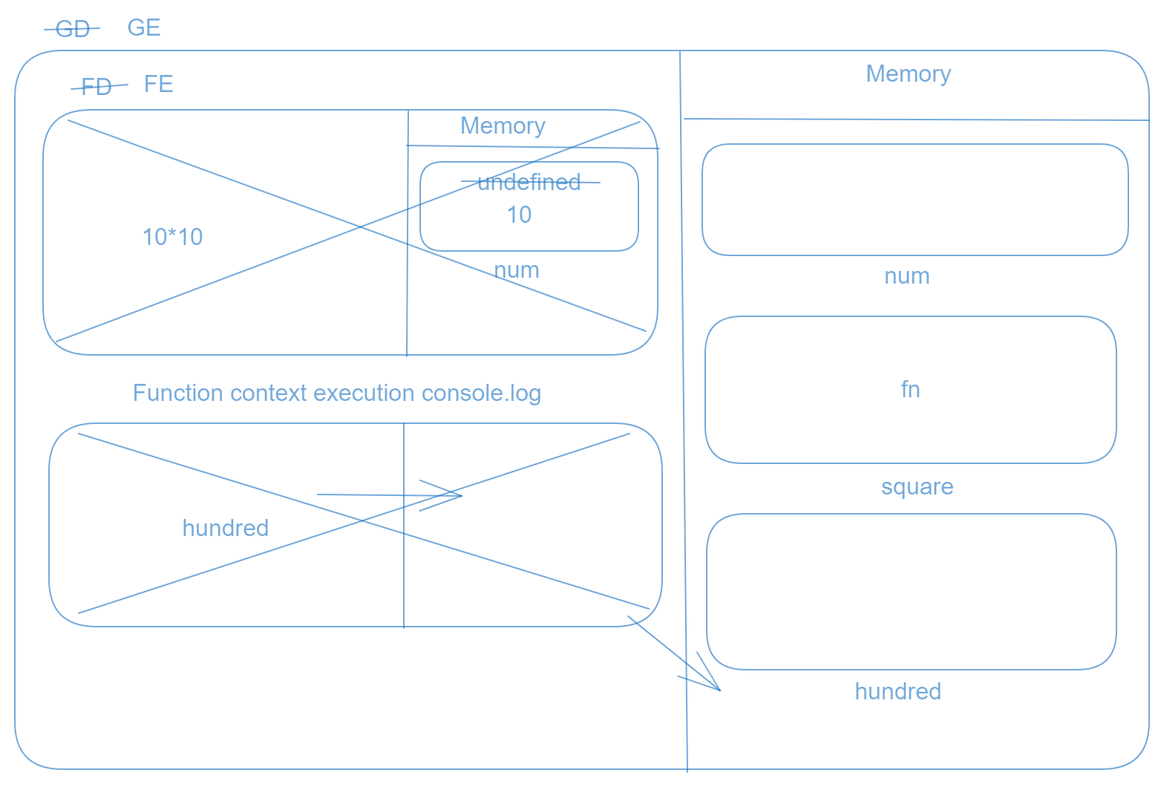
Above: block-BJaags/img/Hoisting 11.png in D804/TA-JS-scope-and-closure-TJaaal (Excalidraw), before the change. Source tidied: one line per element, renumbered; positions are measured from the earlier drawing's top-left corner, leaving out a move shared by most shapes.
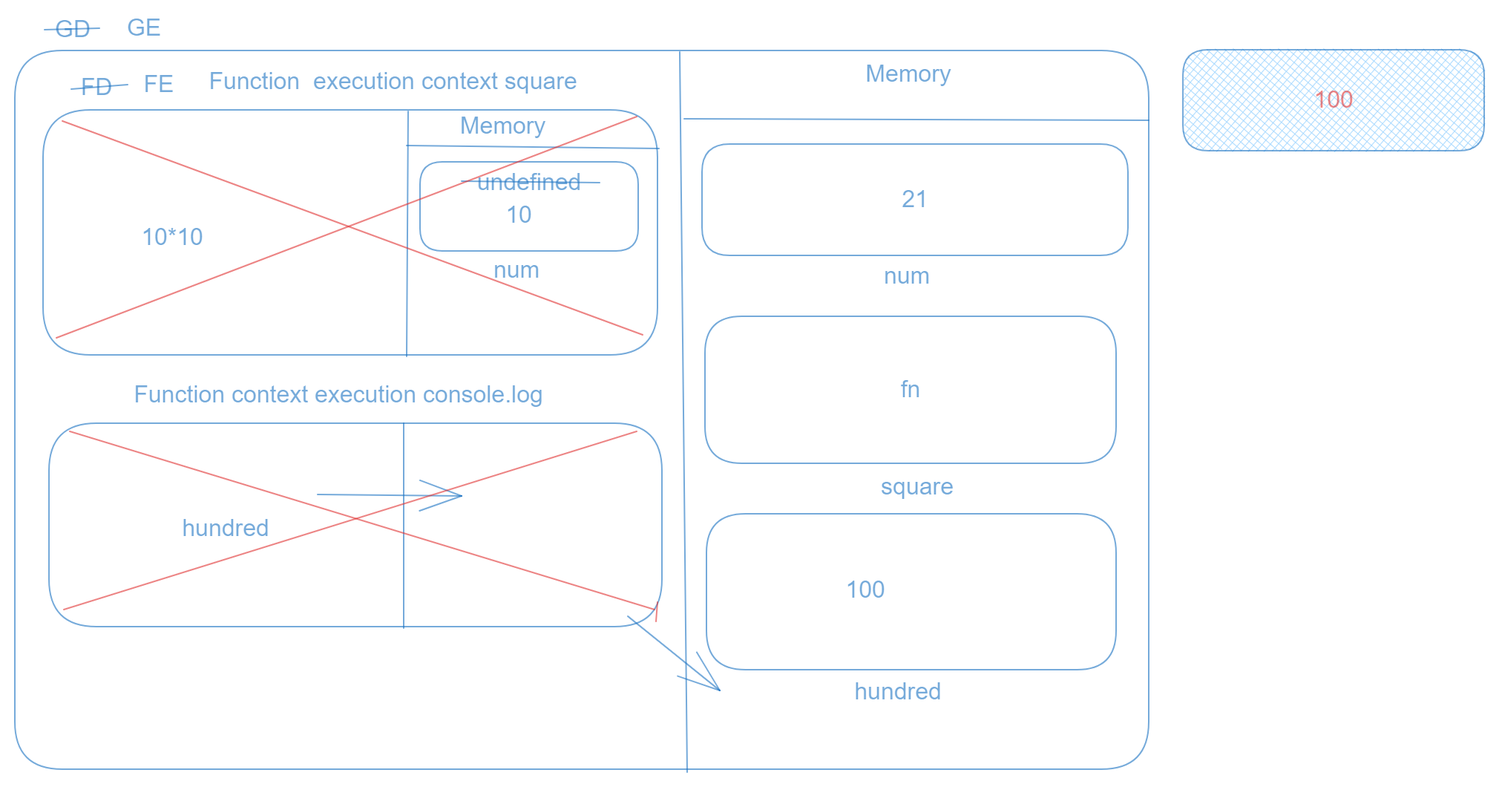
The same diagram one commit later.

Diff of the diagram source:
```diff
@@ -3,6 +3,7 @@
 {"id": 2, "type": "line", "strokeColor": "#1971c2", "backgroundColor": "#ffffff", "fillStyle": "solid", "strokeWidth": 1, "roughness": 0, "opacity": 60, "round": true, "x": 451, "y": 70, "width": 313, "height": 1, "points": [[0, 0], [313, 1]]}
 {"id": 3, "type": "text", "text": "Memory", "strokeColor": "#1971c2", "backgroundColor": "#ffffff", "fillStyle": "solid", "strokeWidth": 1, "roughness": 0, "opacity": 60, "fontSize": 16, "fontFamily": 2, "textAlign": "center", "x": 573, "y": 31, "width": 58, "height": 18}
 {"id": 4, "type": "rectangle", "strokeColor": "#1971c2", "backgroundColor": "#ffffff", "fillStyle": "solid", "strokeWidth": 1, "roughness": 0, "opacity": 60, "round": true, "x": 463, "y": 87, "width": 287, "height": 75}
+{"id": 37, "type": "text", "text": "21", "strokeColor": "#1971c2", "strokeWidth": 1, "roughness": 0, "opacity": 60, "fontSize": 16, "fontFamily": 2, "textAlign": "center", "verticalAlign": "middle", "inside": 4, "x": 598, "y": 115, "width": 18, "height": 18}
 {"id": 5, "type": "text", "text": "num", "strokeColor": "#1971c2", "backgroundColor": "#ffffff", "fillStyle": "solid", "strokeWidth": 1, "roughness": 0, "opacity": 60, "fontSize": 16, "fontFamily": 2, "textAlign": "center", "round": true, "x": 585, "y": 167, "width": 31, "height": 18}
 {"id": 6, "type": "text", "text": "GD", "strokeColor": "#1971c2", "backgroundColor": "#ffffff", "fillStyle": "solid", "strokeWidth": 1, "roughness": 0, "opacity": 60, "fontSize": 16, "fontFamily": 2, "textAlign": "center", "x": 27, "y": 1, "width": 24, "height": 18}
 {"id": 7, "type": "rectangle", "strokeColor": "#1971c2", "strokeWidth": 1, "roughness": 0, "opacity": 60, "round": true, "x": 465, "y": 203, "width": 277, "height": 99}
@@ -27,11 +28,16 @@
 {"id": 26, "type": "text", "text": "10*10", "strokeColor": "#1971c2", "strokeWidth": 1, "roughness": 0, "opacity": 60, "fontSize": 16, "fontFamily": 2, "textAlign": "center", "x": 85, "y": 141, "width": 42, "height": 18}
 {"id": 27, "type": "rectangle", "strokeColor": "#1971c2", "strokeWidth": 1, "roughness": 0, "opacity": 60, "round": true, "x": 23, "y": 275, "width": 413, "height": 137}
 {"id": 28, "type": "line", "strokeColor": "#1971c2", "strokeWidth": 1, "roughness": 0, "opacity": 60, "round": true, "x": 262, "y": 275, "width": 0, "height": 138, "points": [[0, 0], [0, 138]]}
-{"id": 29, "type": "text", "text": "Function context execution console.log", "strokeColor": "#1971c2", "strokeWidth": 1, "roughness": 0, "opacity": 60, "fontSize": 16, "fontFamily": 2, "textAlign": "center", "x": 79, "y": 246, "width": 276, "height": 18}
+{"id": 29, "type": "text", "text": "Function context execution console.log", "strokeColor": "#1971c2", "strokeWidth": 1, "roughness": 0, "opacity": 60, "fontSize": 16, "fontFamily": 2, "textAlign": "center", "x": 80, "y": 247, "width": 276, "height": 18}
-{"id": 30, "type": "line", "strokeColor": "#1971c2", "strokeWidth": 1, "roughness": 0, "opacity": 60, "round": true, "x": 28, "y": 220, "width": 393, "height": 148, "points": [[0, 0], [393, -148]]}
-{"id": 31, "type": "line", "strokeColor": "#1971c2", "strokeWidth": 1, "roughness": 0, "opacity": 60, "round": true, "x": 36, "y": 71, "width": 389, "height": 142, "points": [[0, 0], [389, 142]]}
+{"id": 38, "type": "text", "text": "Function  execution context square ", "strokeColor": "#1971c2", "strokeWidth": 1, "roughness": 0, "opacity": 60, "fontSize": 16, "fontFamily": 2, "textAlign": "center", "x": 131, "y": 36, "width": 253, "height": 18}
 {"id": 32, "type": "text", "text": "hundred", "strokeColor": "#1971c2", "strokeWidth": 1, "roughness": 0, "opacity": 60, "fontSize": 16, "fontFamily": 2, "textAlign": "center", "x": 113, "y": 337, "width": 59, "height": 18}
 {"id": 33, "type": "arrow", "strokeColor": "#1971c2", "strokeWidth": 1, "roughness": 0, "opacity": 60, "endArrowhead": "arrow", "round": true, "x": 204, "y": 323, "width": 97, "height": 1, "points": [[0, 0], [97, 1]]}
 {"id": 34, "type": "arrow", "strokeColor": "#1971c2", "strokeWidth": 1, "roughness": 0, "opacity": 60, "endArrowhead": "arrow", "round": true, "to": 10, "x": 413, "y": 405, "width": 62, "height": 50, "points": [[0, 0], [62, 50]]}
-{"id": 35, "type": "line", "strokeColor": "#1971c2", "strokeWidth": 1, "roughness": 0, "opacity": 60, "round": true, "x": 43, "y": 403, "width": 371, "height": 121, "points": [[0, 0], [371, -121]]}
-{"id": 36, "type": "line", "strokeColor": "#1971c2", "strokeWidth": 1, "roughness": 0, "opacity": 60, "round": true, "x": 43, "y": 282, "width": 384, "height": 118, "points": [[0, 0], [384, 118]]}
+{"id": 39, "type": "text", "text": "100", "strokeColor": "#1971c2", "strokeWidth": 1, "roughness": 0, "opacity": 60, "fontSize": 16, "fontFamily": 2, "textAlign": "center", "x": 560, "y": 378, "width": 27, "height": 18}
+{"id": 40, "type": "rectangle", "strokeColor": "#1971c2", "backgroundColor": "#a5d8ff", "fillStyle": "cross-hatch", "strokeWidth": 1, "roughness": 0, "opacity": 60, "round": true, "x": 787, "y": 24, "width": 203, "height": 68}
+{"id": 41, "type": "text", "text": "100", "strokeColor": "#e03131", "backgroundColor": "#a5d8ff", "fillStyle": "cross-hatch", "strokeWidth": 1, "roughness": 0, "opacity": 60, "fontSize": 16, "fontFamily": 2, "textAlign": "center", "verticalAlign": "middle", "inside": 40, "x": 875, "y": 48, "width": 27, "height": 18}
+{"id": 42, "type": "line", "strokeColor": "#e03131", "backgroundColor": "#a5d8ff", "fillStyle": "cross-hatch", "strokeWidth": 1, "roughness": 0, "opacity": 60, "round": true, "x": 33, "y": 400, "width": 386, "height": 120, "points": [[0, 0], [386, -120]]}
+{"id": 43, "type": "line", "strokeColor": "#e03131", "backgroundColor": "#a5d8ff", "fillStyle": "cross-hatch", "strokeWidth": 1, "roughness": 0, "opacity": 60, "round": true, "x": 37, "y": 280, "width": 394, "height": 120, "points": [[0, 0], [394, 120]]}
+{"id": 44, "type": "line", "strokeColor": "#e03131", "backgroundColor": "#a5d8ff", "fillStyle": "cross-hatch", "strokeWidth": 1, "roughness": 0, "opacity": 60, "round": true, "x": 433, "y": 396, "width": 1, "height": 13, "points": [[0, 0], [-1, 13]]}
+{"id": 45, "type": "line", "strokeColor": "#e03131", "backgroundColor": "#a5d8ff", "fillStyle": "cross-hatch", "strokeWidth": 1, "roughness": 0, "opacity": 60, "round": true, "x": 32, "y": 72, "width": 391, "height": 144, "points": [[0, 0], [391, 144]]}
+{"id": 46, "type": "line", "strokeColor": "#e03131", "backgroundColor": "#a5d8ff", "fillStyle": "cross-hatch", "strokeWidth": 1, "roughness": 0, "opacity": 60, "round": true, "x": 28, "y": 218, "width": 391, "height": 149, "points": [[0, 0], [391, -149]]}
```
